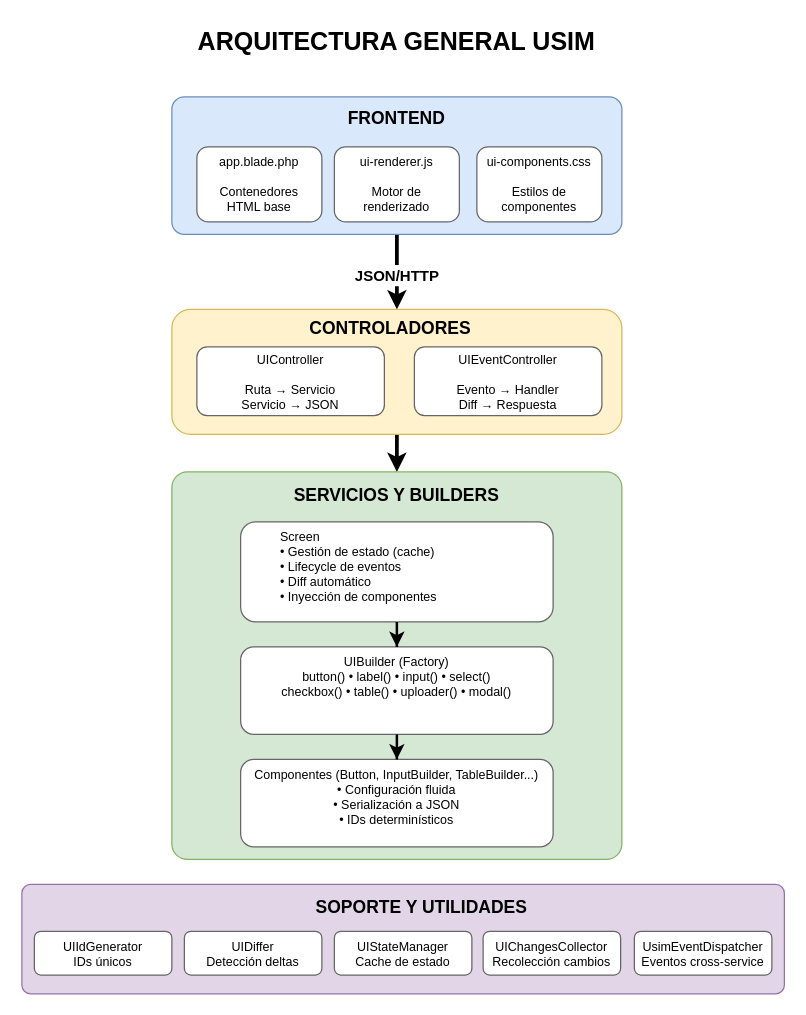
The draw.io diagram page "2. Arquitectura General" (2 of 4) of docs/framework/USIM_DIAGRAMS.drawio in idei/usim-framework, before the edit. Source tidied: cells renumbered, new cells numbered last; positions are measured from the earlier drawing's top-left corner, leaving out a move shared by most shapes. Both pictures are drawn from the tidied source at 125%, with x=0, y=0 at pixel (21, 21).
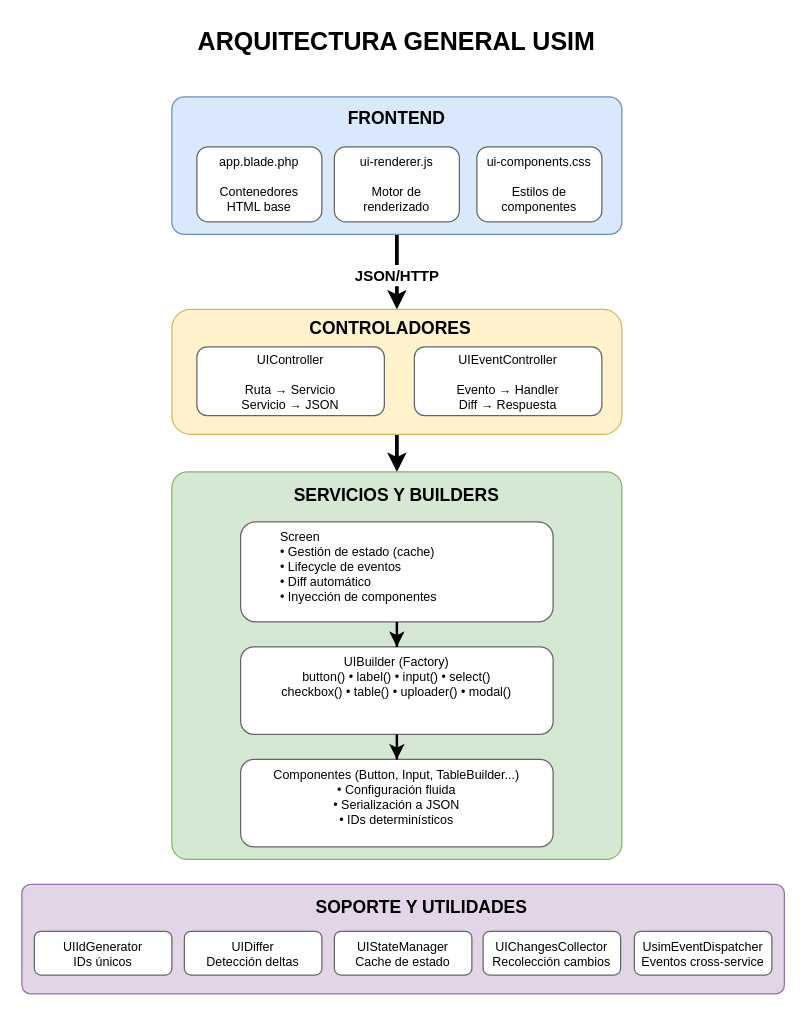
The same diagram, later.

The change refers to these unchanged cells:
```xml
<mxCell id="16" style="group;" parent="1" vertex="1">
  <mxGeometry x="120" y="360" width="360" height="310" as="geometry" />
</mxCell>
```

Diff of the diagram source:
```diff
@@
-    <mxCell id="21" value="Componentes (Button, InputBuilder, TableBuilder...)&#10;• Configuración fluida&#10;• Serialización a JSON&#10;• IDs determinísticos" style="rounded=1;whiteSpace=wrap;html=1;fillColor=#ffffff;strokeColor=#666666;align=center;fontSize=10;spacingTop=0;spacingBottom=10;verticalAlign=top;" parent="16" vertex="1">
+    <mxCell id="21" value="Componentes (Button, Input, TableBuilder...)&#10;• Configuración fluida&#10;• Serialización a JSON&#10;• IDs determinísticos" style="rounded=1;whiteSpace=wrap;html=1;fillColor=#ffffff;strokeColor=#666666;align=center;fontSize=10;spacingTop=0;spacingBottom=10;verticalAlign=top;" parent="16" vertex="1">
       <mxGeometry x="55" y="230" width="250" height="70" as="geometry" />
     </mxCell>
```
